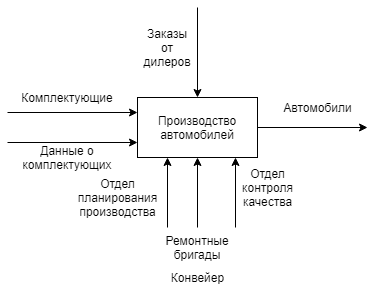
platvlad/Software-Design keeps this draw.io diagram as Car factory diagrams/IDEF0 context.png. Above is the earlier version. Source tidied: cells renumbered, new cells last; positions are measured from the earlier drawing's top-left corner, leaving out a move shared by most shapes. The source it was exported from:
```xml
<mxGraphModel>
  <root>
    <mxCell id="0" />
    <mxCell id="1" parent="0" />
    <mxCell id="2" value="Производство автомобилей" style="rounded=0;whiteSpace=wrap;html=1;" parent="1" vertex="1">
      <mxGeometry x="130" y="90" width="120" height="60" as="geometry" />
    </mxCell>
    <mxCell id="3" style="endArrow=classic;html=1;entryX=0.5;entryY=0;entryDx=0;entryDy=0;" parent="1" edge="1" target="2">
      <mxGeometry relative="1" as="geometry">
        <mxPoint x="190" as="sourcePoint" />
      </mxGeometry>
    </mxCell>
    <mxCell id="4" value="Заказы от дилеров" style="text;html=1;strokeColor=none;fillColor=none;align=center;verticalAlign=middle;whiteSpace=wrap;rounded=0;" parent="1" vertex="1">
      <mxGeometry x="140" y="30" width="40" height="20" as="geometry" />
    </mxCell>
    <mxCell id="5" style="endArrow=classic;html=1;exitX=1;exitY=0.5;exitDx=0;exitDy=0;" parent="1" edge="1" source="2">
      <mxGeometry relative="1" as="geometry">
        <mxPoint x="360" y="120" as="targetPoint" />
      </mxGeometry>
    </mxCell>
    <mxCell id="6" value="Автомобили" style="text;html=1;strokeColor=none;fillColor=none;align=center;verticalAlign=middle;whiteSpace=wrap;rounded=0;" parent="1" vertex="1">
      <mxGeometry x="290" y="90" width="40" height="20" as="geometry" />
    </mxCell>
    <mxCell id="7" style="endArrow=classic;html=1;entryX=0.25;entryY=1;entryDx=0;entryDy=0;" parent="1" edge="1" target="2">
      <mxGeometry relative="1" as="geometry">
        <mxPoint x="160" y="220" as="sourcePoint" />
      </mxGeometry>
    </mxCell>
    <mxCell id="8" value="Отдел планирования производства" style="text;html=1;strokeColor=none;fillColor=none;align=center;verticalAlign=middle;whiteSpace=wrap;rounded=0;" parent="1" vertex="1">
      <mxGeometry x="90" y="180" width="40" height="20" as="geometry" />
    </mxCell>
    <mxCell id="9" style="endArrow=classic;html=1;entryX=0.817;entryY=1;entryDx=0;entryDy=0;entryPerimeter=0;" parent="1" edge="1" target="2">
      <mxGeometry relative="1" as="geometry">
        <mxPoint x="228" y="220" as="sourcePoint" />
      </mxGeometry>
    </mxCell>
    <mxCell id="10" value="Отдел контроля качества" style="text;html=1;strokeColor=none;fillColor=none;align=center;verticalAlign=middle;whiteSpace=wrap;rounded=0;" parent="1" vertex="1">
      <mxGeometry x="240" y="170" width="40" height="20" as="geometry" />
    </mxCell>
    <mxCell id="11" style="endArrow=classic;html=1;entryX=0.5;entryY=1;entryDx=0;entryDy=0;" parent="1" edge="1" target="2">
      <mxGeometry relative="1" as="geometry">
        <mxPoint x="190" y="220" as="sourcePoint" />
      </mxGeometry>
    </mxCell>
    <mxCell id="12" value="&lt;div&gt;Ремонтные бригады&lt;/div&gt;" style="text;html=1;strokeColor=none;fillColor=none;align=center;verticalAlign=middle;whiteSpace=wrap;rounded=0;" parent="1" vertex="1">
      <mxGeometry x="170" y="230" width="40" height="20" as="geometry" />
    </mxCell>
    <mxCell id="13" value="Конвейер" style="text;html=1;strokeColor=none;fillColor=none;align=center;verticalAlign=middle;whiteSpace=wrap;rounded=0;" parent="1" vertex="1">
      <mxGeometry x="170" y="260" width="40" height="20" as="geometry" />
    </mxCell>
    <mxCell id="14" style="endArrow=classic;html=1;entryX=0;entryY=0.25;entryDx=0;entryDy=0;" parent="1" edge="1" target="2">
      <mxGeometry relative="1" as="geometry">
        <mxPoint y="105" as="sourcePoint" />
      </mxGeometry>
    </mxCell>
    <mxCell id="15" value="Комплектующие" style="text;html=1;strokeColor=none;fillColor=none;align=center;verticalAlign=middle;whiteSpace=wrap;rounded=0;" parent="1" vertex="1">
      <mxGeometry x="40" y="80" width="40" height="20" as="geometry" />
    </mxCell>
    <mxCell id="16" style="endArrow=classic;html=1;entryX=0;entryY=0.75;entryDx=0;entryDy=0;" parent="1" edge="1" target="2">
      <mxGeometry relative="1" as="geometry">
        <mxPoint y="135" as="sourcePoint" />
      </mxGeometry>
    </mxCell>
    <mxCell id="17" value="Данные о комплектующих" style="text;html=1;strokeColor=none;fillColor=none;align=center;verticalAlign=middle;whiteSpace=wrap;rounded=0;" parent="1" vertex="1">
      <mxGeometry x="40" y="140" width="40" height="20" as="geometry" />
    </mxCell>
  </root>
</mxGraphModel>
```
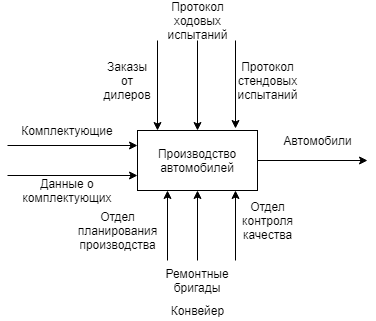
After the change.

Commit message:
Make buisness-process for dealer on BPMN diagram

The edit, as a diff of the source:
```diff
@@ -5,13 +5,13 @@
     <mxCell id="2" value="Производство автомобилей" style="rounded=0;whiteSpace=wrap;html=1;" parent="1" vertex="1">
       <mxGeometry x="130" y="90" width="120" height="60" as="geometry" />
     </mxCell>
-    <mxCell id="3" style="endArrow=classic;html=1;entryX=0.5;entryY=0;entryDx=0;entryDy=0;" parent="1" edge="1" target="2">
+    <mxCell id="3" style="endArrow=classic;html=1;entryX=0.163;entryY=0.003;entryDx=0;entryDy=0;entryPerimeter=0;" parent="1" edge="1" target="2">
       <mxGeometry relative="1" as="geometry">
-        <mxPoint x="190" as="sourcePoint" />
+        <mxPoint x="150" as="sourcePoint" />
       </mxGeometry>
     </mxCell>
     <mxCell id="4" value="Заказы от дилеров" style="text;html=1;strokeColor=none;fillColor=none;align=center;verticalAlign=middle;whiteSpace=wrap;rounded=0;" parent="1" vertex="1">
-      <mxGeometry x="140" y="30" width="40" height="20" as="geometry" />
+      <mxGeometry x="100" y="30" width="40" height="20" as="geometry" />
     </mxCell>
     <mxCell id="5" style="endArrow=classic;html=1;exitX=1;exitY=0.5;exitDx=0;exitDy=0;" parent="1" edge="1" source="2">
       <mxGeometry relative="1" as="geometry">
@@ -64,5 +64,22 @@
     <mxCell id="17" value="Данные о комплектующих" style="text;html=1;strokeColor=none;fillColor=none;align=center;verticalAlign=middle;whiteSpace=wrap;rounded=0;" parent="1" vertex="1">
       <mxGeometry x="40" y="140" width="40" height="20" as="geometry" />
     </mxCell>
+    <mxCell id="18" style="endArrow=classic;html=1;entryX=0.5;entryY=0;entryDx=0;entryDy=0;" parent="1" edge="1" target="2">
+      <mxGeometry relative="1" as="geometry">
+        <mxPoint x="190" as="sourcePoint" />
+      </mxGeometry>
+    </mxCell>
+    <mxCell id="19" value="Протокол ходовых испытаний" style="text;html=1;strokeColor=none;fillColor=none;align=center;verticalAlign=middle;whiteSpace=wrap;rounded=0;" parent="1" vertex="1">
+      <mxGeometry x="170" y="-30" width="40" height="20" as="geometry" />
+    </mxCell>
+    <mxCell id="20" style="endArrow=classic;html=1;" parent="1" edge="1">
+      <mxGeometry relative="1" as="geometry">
+        <mxPoint x="228" as="sourcePoint" />
+        <mxPoint x="228" y="88" as="targetPoint" />
+      </mxGeometry>
+    </mxCell>
+    <mxCell id="21" value="Протокол стендовых испытаний" style="text;html=1;strokeColor=none;fillColor=none;align=center;verticalAlign=middle;whiteSpace=wrap;rounded=0;" parent="1" vertex="1">
+      <mxGeometry x="240" y="30" width="40" height="20" as="geometry" />
+    </mxCell>
   </root>
 </mxGraphModel>
```
